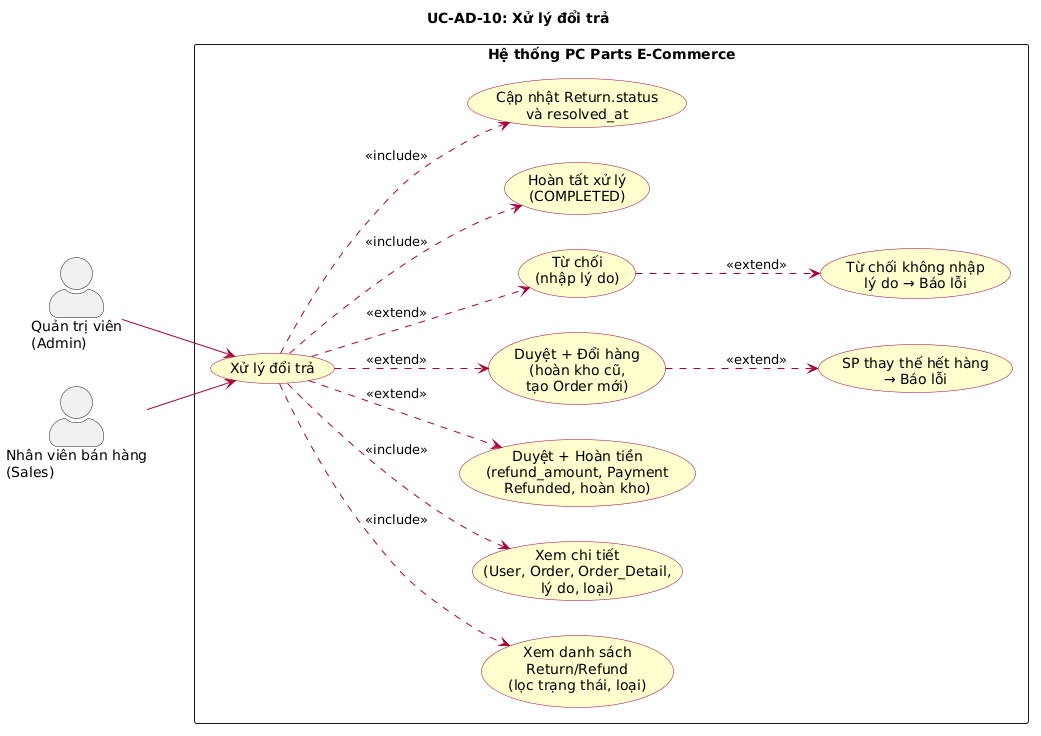
Earlier version of the PlantUML export docs/diagrams/images/uc_AD10_xu_ly_doi_tra.png (huuhieu56/PC-Parts-ECommerce).
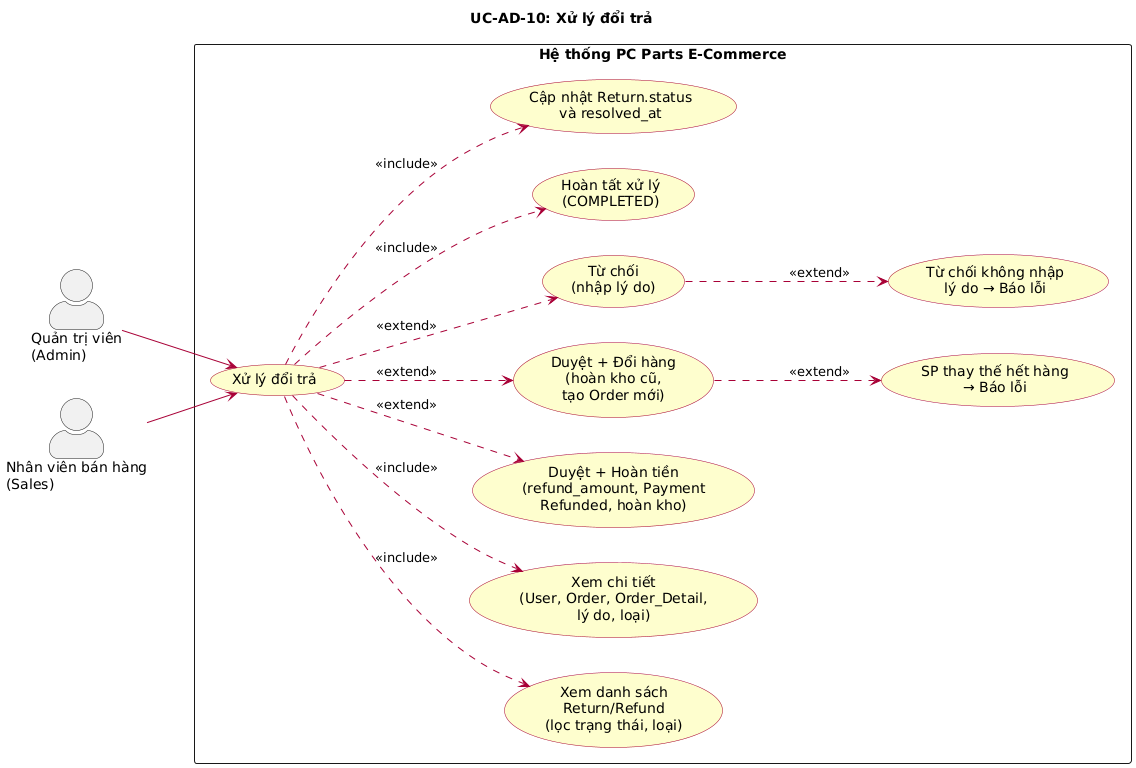
The same diagram one commit later.

The edit, as a diff of the source:
```diff
@@ -1,4 +1,4 @@
-@startuml
+@startuml uc_AD10_xu_ly_doi_tra
 left to right direction
 skinparam actorStyle awesome
 skinparam packageStyle rectangle
@@ -38,4 +38,5 @@
 UC_RET ..> UC_COMPLETE : <<include>>
 UC_REJECT ..> UC_ERR_REASON : <<extend>>
 UC_EXCHANGE ..> UC_ERR_STOCK : <<extend>>
+
 @enduml
```
